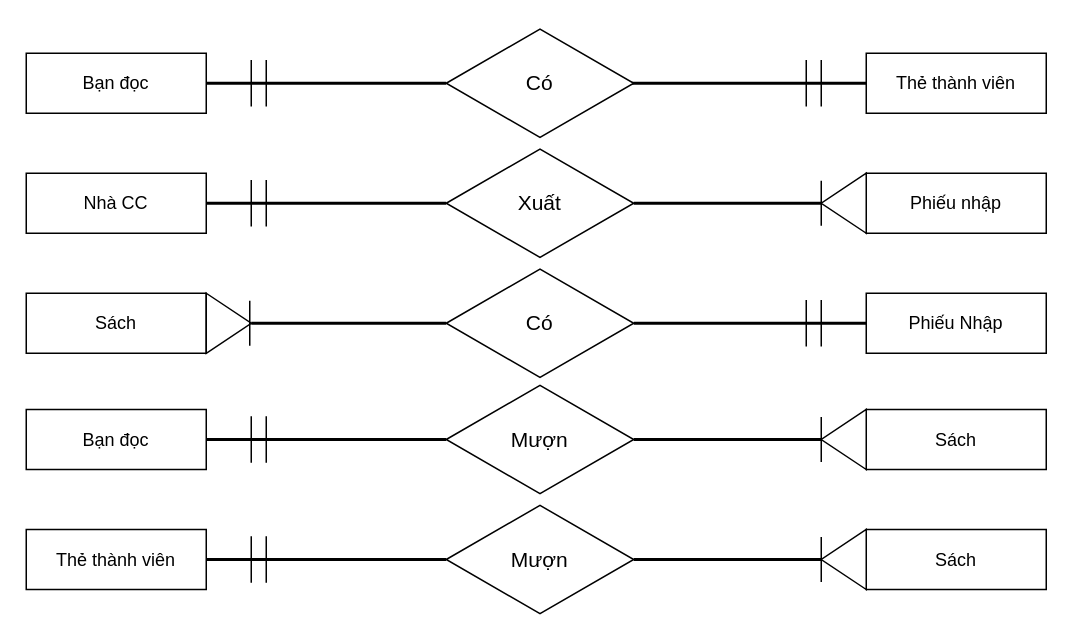
Nguyenquynh235/DoAnNhom1 keeps this draw.io diagram as page "Sơ đồ E-R" (3 of 9) of Nhóm 1.drawio. Above is the earlier version. Source tidied: cells renumbered, new cells numbered last; positions are measured from the earlier drawing's top-left corner, leaving out a move shared by most shapes. Both pictures are drawn from the tidied source at 150%, with x=0, y=0 at pixel (26, 26).
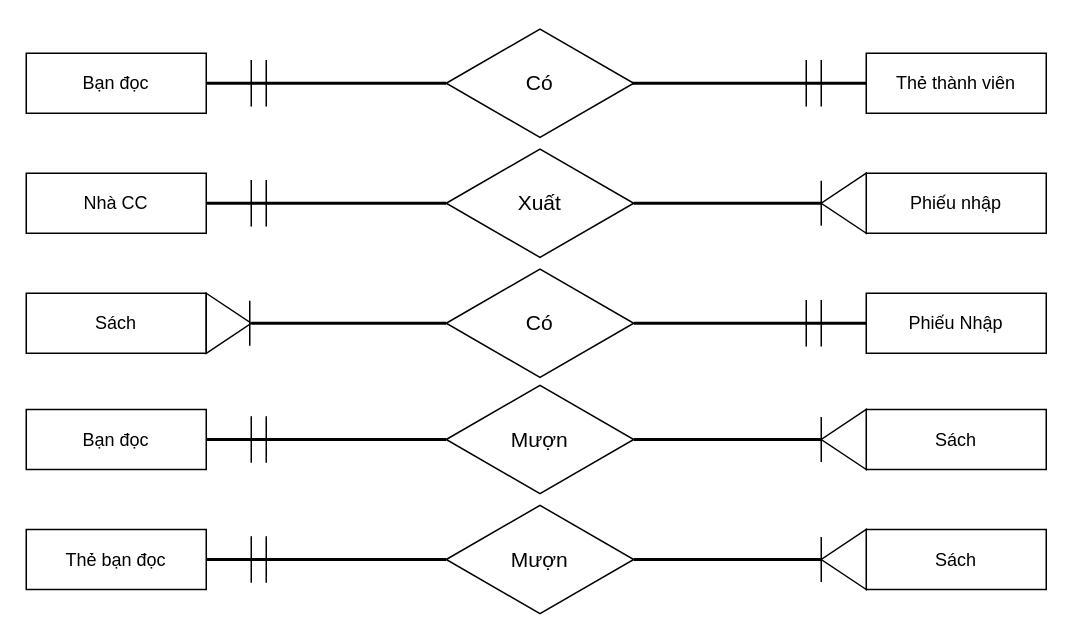
The same page after the edit.

Change to the diagram source:
```diff
@@
-    <mxCell id="33" value="Thẻ thành viên" style="rounded=0;whiteSpace=wrap;html=1;" parent="1" vertex="1">
+    <mxCell id="33" value="Thẻ bạn đọc" style="rounded=0;whiteSpace=wrap;html=1;" parent="1" vertex="1">
       <mxGeometry y="335.5" width="120" height="40" as="geometry" />
     </mxCell>
```
